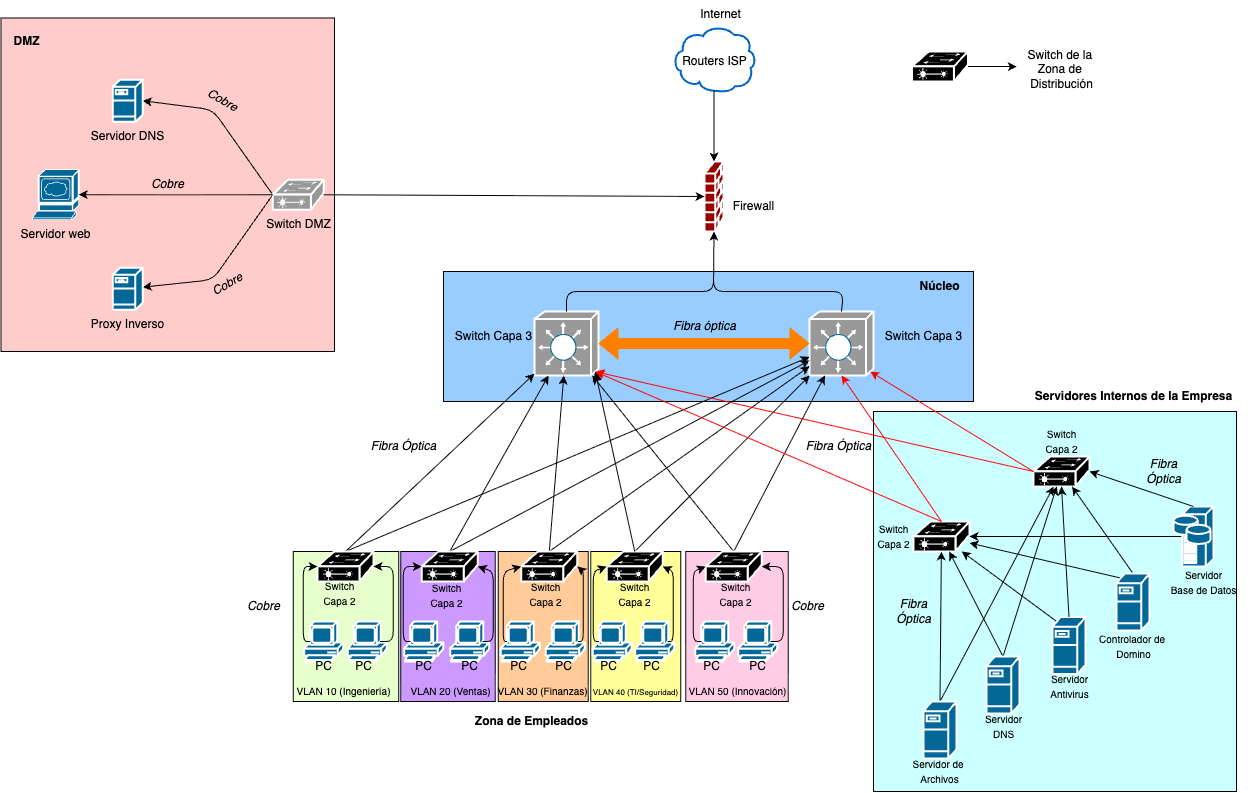
The draw.io diagram f1-propuesta-arquitectura/imgs/prueba-topologia.png in vargasesc17/proyecto-redes-2026-2, before a commit. Source tidied: cells renumbered, new cells last; positions are measured from the earlier drawing's top-left corner, leaving out a move shared by most shapes.
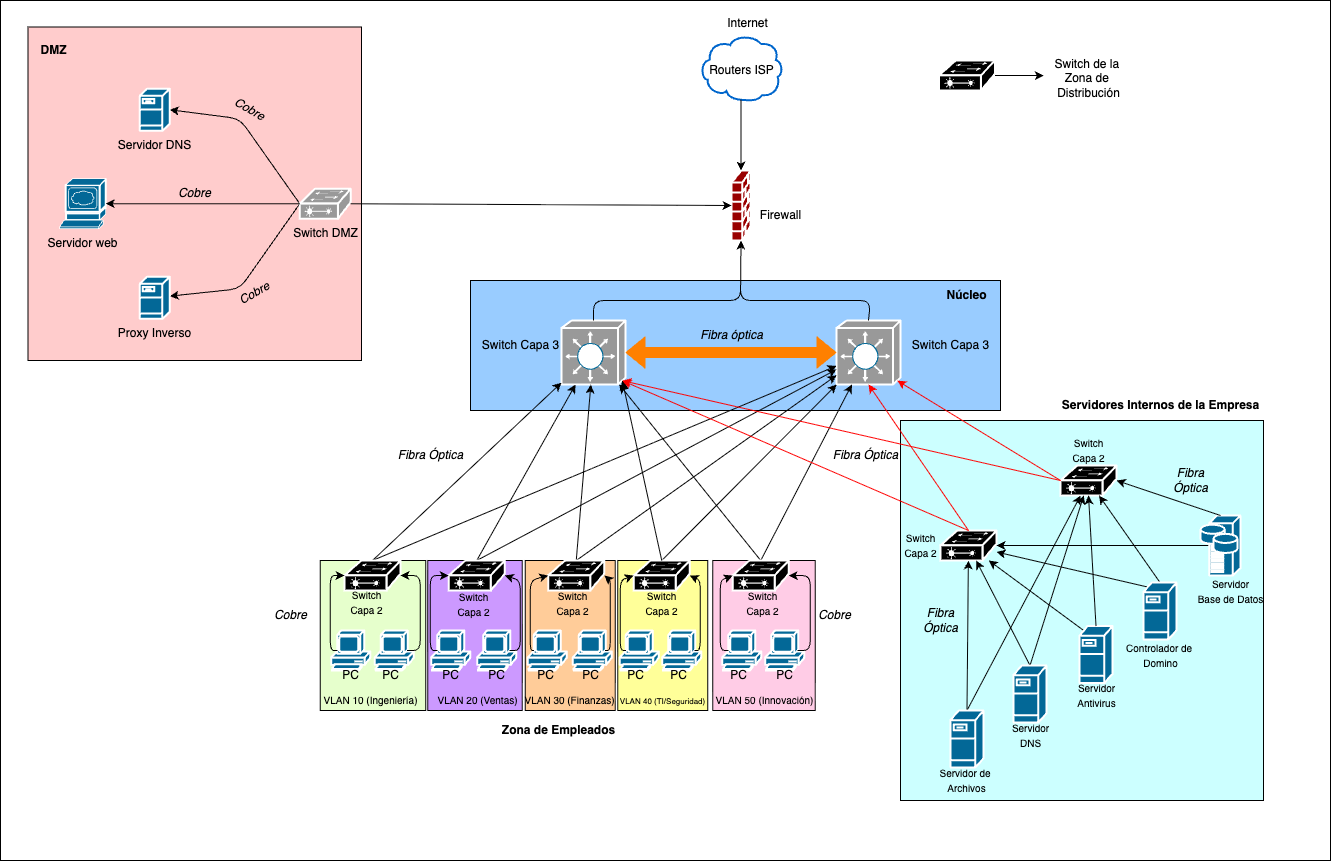
The same diagram one commit later.

Commit message:
Añadir gitignore y modificar imgs de la topología

Diff of the diagram source:
```diff
@@ -2,6 +2,9 @@
   <root>
     <mxCell id="0" />
     <mxCell id="1" parent="0" />
+    <mxCell id="135" style="rounded=0;whiteSpace=wrap;html=1;" parent="1" vertex="1">
+      <mxGeometry x="-28" y="-8" width="1330" height="860" as="geometry" />
+    </mxCell>
     <mxCell id="2" style="rounded=0;whiteSpace=wrap;html=1;fillColor=#CCFFFF;" parent="1" vertex="1">
       <mxGeometry x="872" y="412" width="363" height="380" as="geometry" />
     </mxCell>
```
